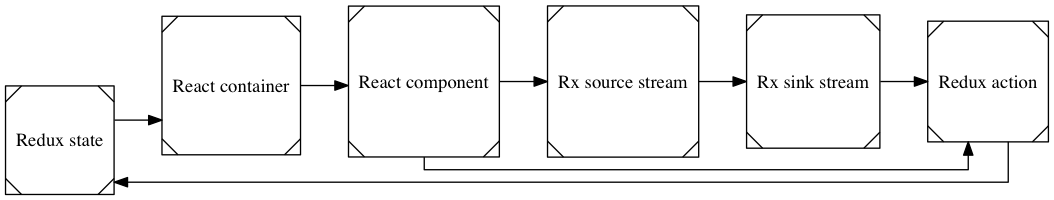
The Graphviz diagram docs/diagrams/architecture.png in yanglinz/reddio, before a commit. Its source is kept beside it as docs/diagrams/architecture.dot.
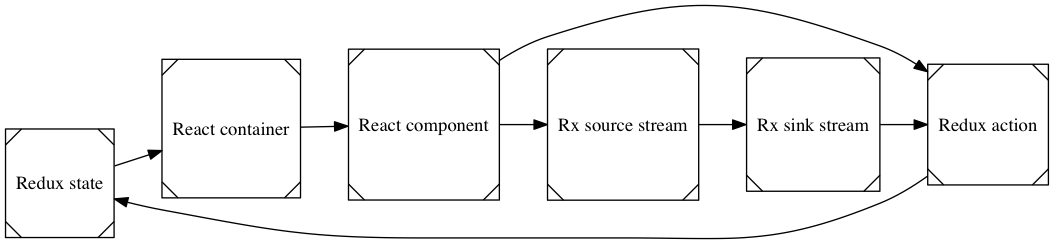
After the change.

Commit message:
Remove ortho option

Change to the diagram source:
```diff
@@ -1,6 +1,5 @@
 digraph ReddioArchitecture {
   rankdir=LR;
-  splines=ortho;
 
   redux_state [label="Redux state", shape=Msquare];
   redux_action [label="Redux action", shape=Msquare];
```
